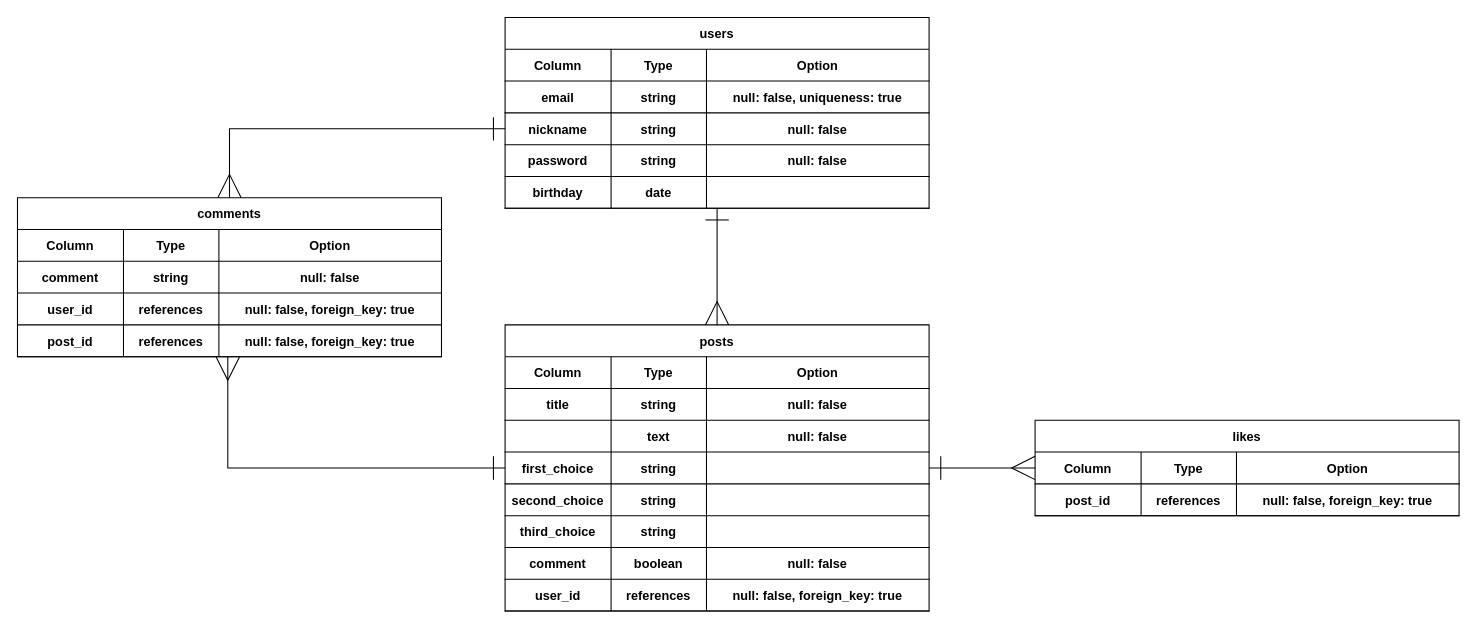
The draw.io diagram db/ERdaigram.drawio in Tomoaki-git/FUTARIGOTO, before the edit. Source tidied: cells renumbered, new cells numbered last; positions are measured from the earlier drawing's top-left corner, leaving out a move shared by most shapes. Both pictures are drawn from the tidied source at 106%, with x=0, y=0 at pixel (17, 17).
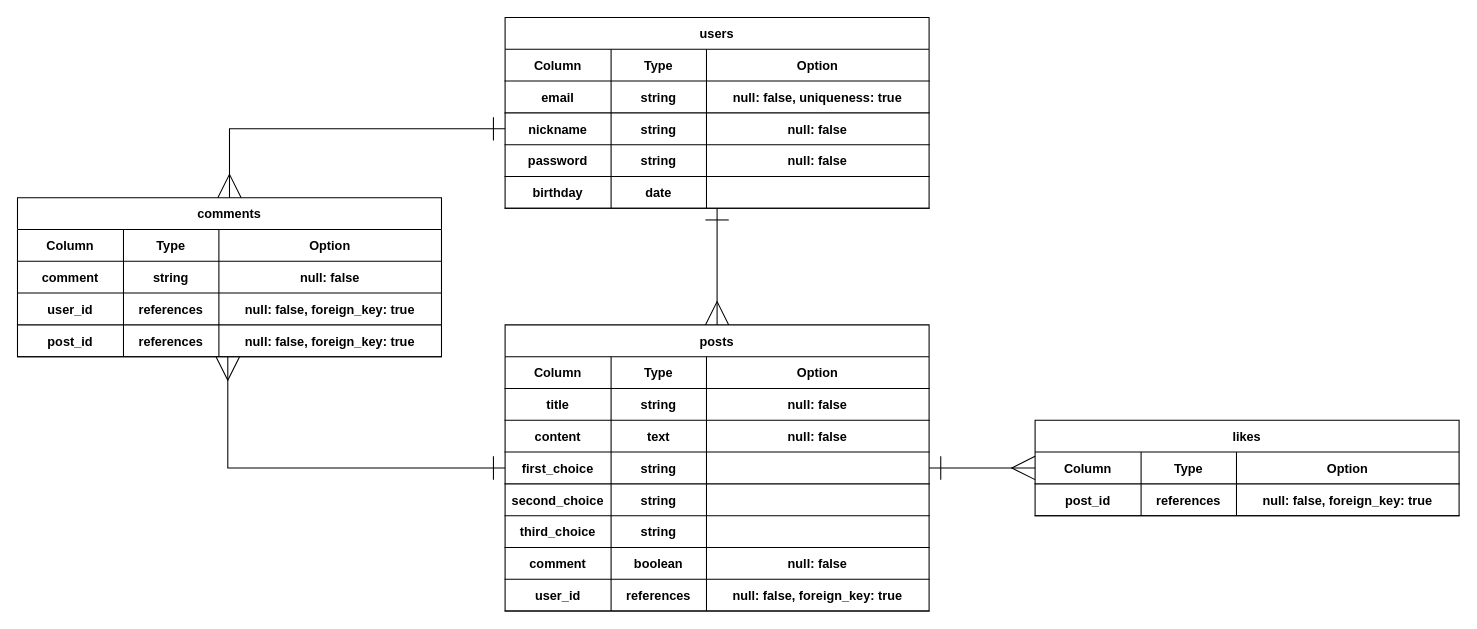
Above is the later version.

Unchanged cells that the change refers to:
```xml
<mxCell id="34" style="shape=partialRectangle;fillColor=none;top=0;left=0;bottom=1;right=0;" parent="25" vertex="1">
  <mxGeometry y="90" width="400" height="30" as="geometry" />
</mxCell>
```

Change to the diagram source:
```diff
@@
-    <mxCell id="35" style="shape=partialRectangle;fillColor=none;top=0;left=0;bottom=0;right=0;fontStyle=1;overflow=hidden;" parent="34" vertex="1">
+    <mxCell id="35" value="content" style="shape=partialRectangle;fillColor=none;top=0;left=0;bottom=0;right=0;fontStyle=1;overflow=hidden;" parent="34" vertex="1">
       <mxGeometry width="100" height="30" as="geometry" />
     </mxCell>
```
